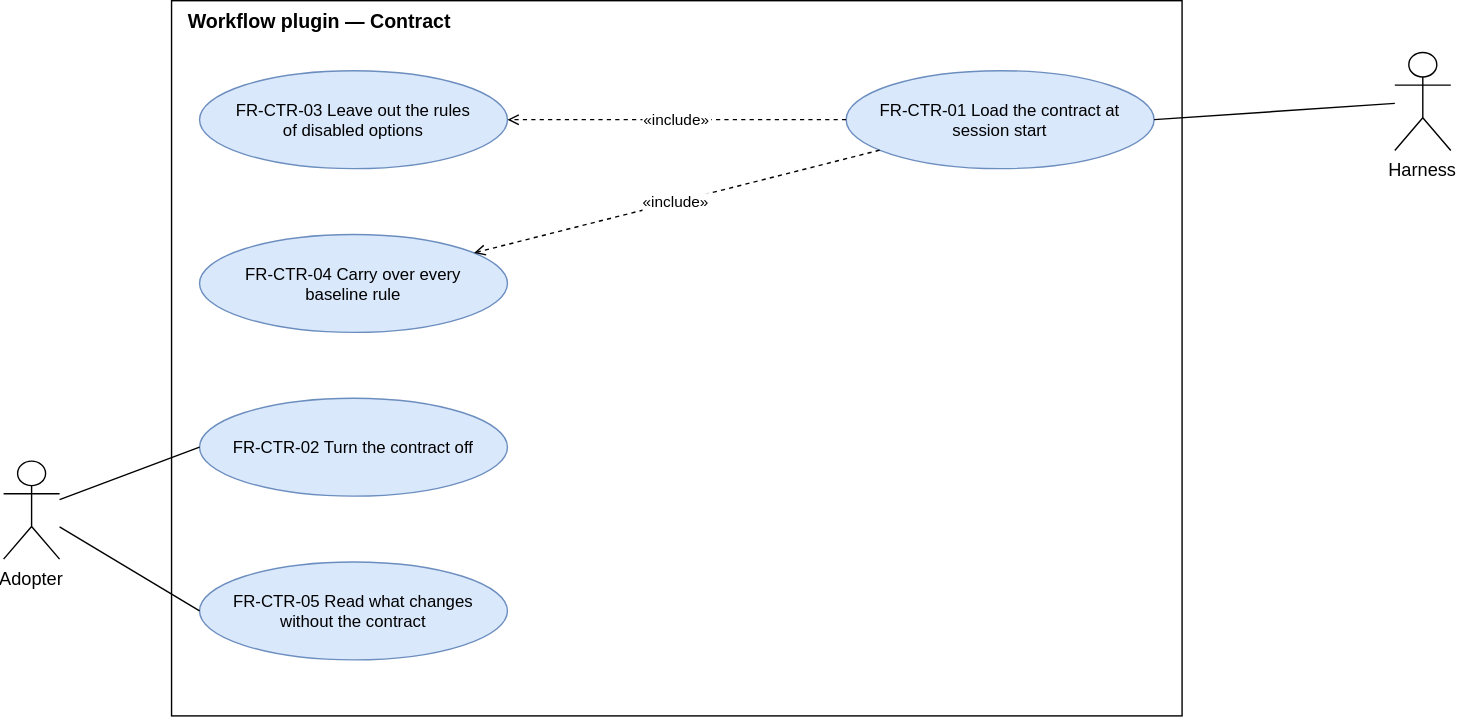
Before: docs/requirements/diagrams/use-cases-contract.drawio.svg, a diagram exported from draw.io (ATNexusLab/tightship). Source tidied: cells renumbered, new cells last; positions are measured from the earlier drawing's top-left corner, leaving out a move shared by most shapes.
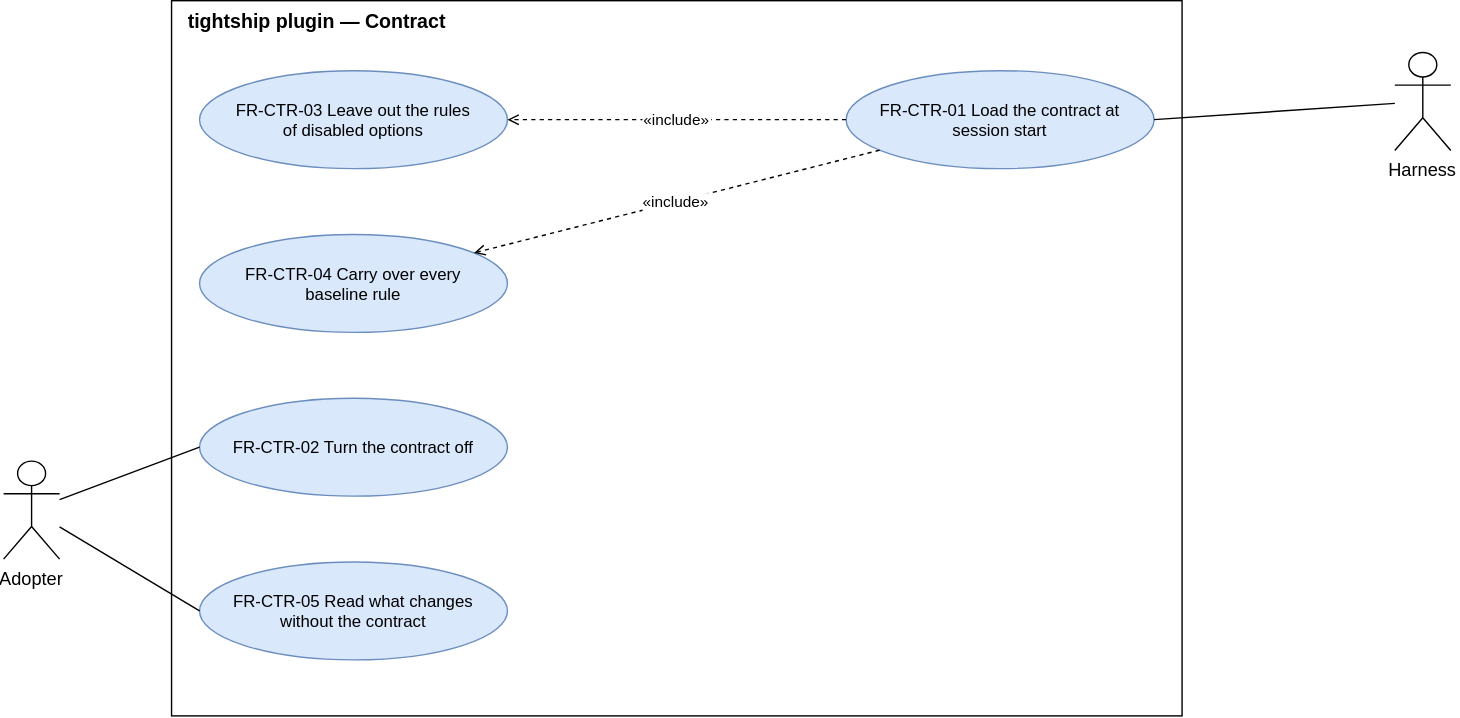
Later version of the same file.

Commit message:
docs: name the plugin tightship in the diagrams

The edit, as a diff of the source:
```diff
@@ -2,7 +2,7 @@
   <root>
     <mxCell id="0" />
     <mxCell id="1" parent="0" />
-    <mxCell id="2" value="Workflow plugin — Contract" style="rounded=0;fillColor=none;verticalAlign=top;align=left;spacingLeft=10;fontStyle=1;fontSize=14;html=0;" parent="1" vertex="1">
+    <mxCell id="2" value="tightship plugin — Contract" style="rounded=0;fillColor=none;verticalAlign=top;align=left;spacingLeft=10;fontStyle=1;fontSize=14;html=0;" parent="1" vertex="1">
       <mxGeometry x="120" width="722" height="511" as="geometry" />
     </mxCell>
     <mxCell id="3" value="FR-CTR-03 Leave out the rules&#10;of disabled options" style="ellipse;fontSize=12;fillColor=#dae8fc;strokeColor=#6c8ebf;html=0;" parent="1" vertex="1">
```
